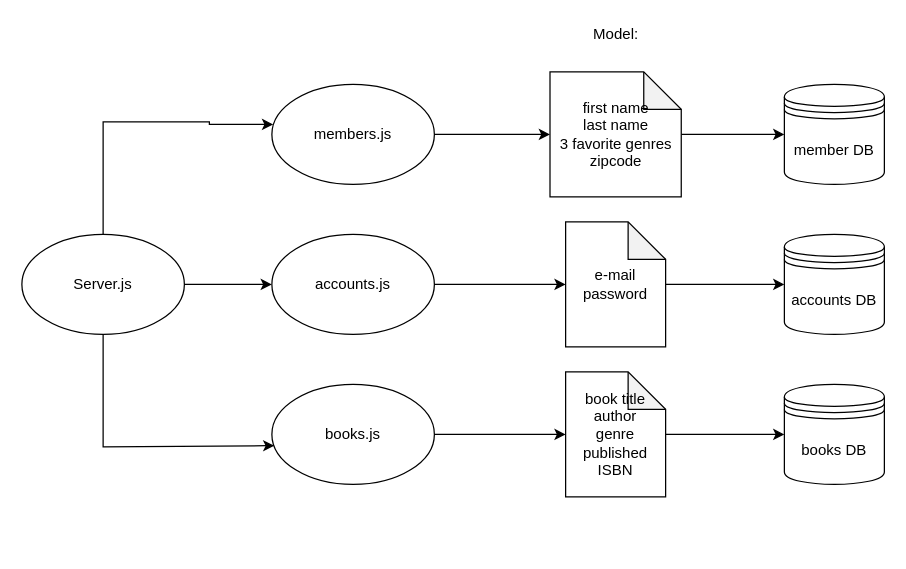
Earlier version of the draw.io diagram backend-structure.drawio (callmekeyz/backend-digital-bookclub). Source tidied: cells renumbered, new cells numbered last; positions are measured from the earlier drawing's top-left corner, leaving out a move shared by most shapes. Both pictures are drawn from the tidied source at 125%, with x=0, y=0 at pixel (21, 21).
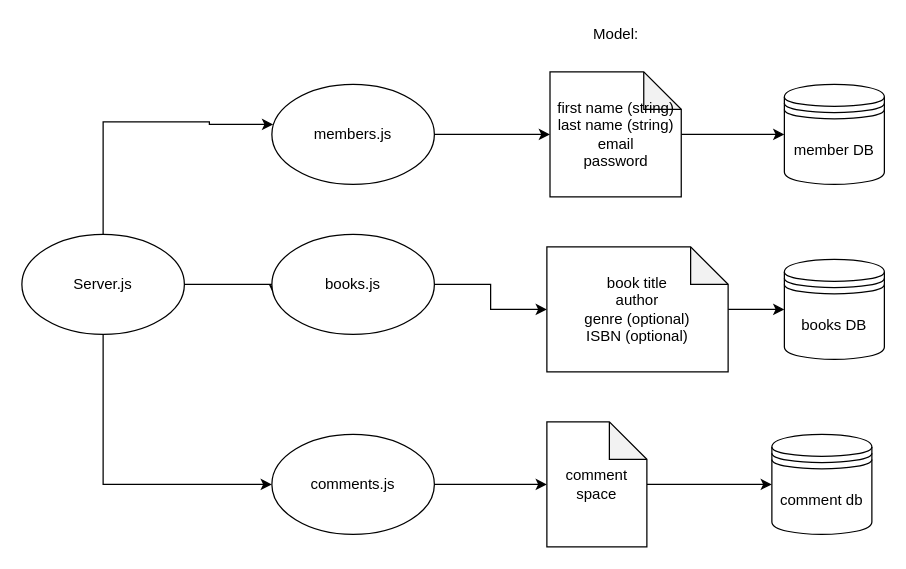
The same diagram, later.

Commit message (it also covers changes not shown here):
added structure and controller details

Unchanged cells that the change refers to:
```xml
<mxCell id="5" value="Server.js" style="ellipse;whiteSpace=wrap;html=1;" parent="1" vertex="1">
  <mxGeometry y="170" width="130" height="80" as="geometry" />
</mxCell>
```

Diff of the diagram source:
```diff
@@
-    <mxCell id="3" style="edgeStyle=orthogonalEdgeStyle;rounded=0;jettySize=auto;html=1;entryX=0;entryY=0.5;entryDx=0;entryDy=0;" parent="1" edge="1" source="5" target="10">
-      <mxGeometry relative="1" as="geometry" />
-    </mxCell>
     <mxCell id="4" style="edgeStyle=orthogonalEdgeStyle;rounded=0;jettySize=auto;html=1;entryX=0.015;entryY=0.613;entryDx=0;entryDy=0;entryPerimeter=0;" parent="1" edge="1" source="5" target="12">
       <mxGeometry relative="1" as="geometry">
         <Array as="points">
-          <mxPoint x="65" y="340" />
+          <mxPoint x="202" y="210" />
         </Array>
       </mxGeometry>
     </mxCell>
+    <mxCell id="23" style="edgeStyle=orthogonalEdgeStyle;rounded=0;jettySize=auto;html=1;exitX=0.5;exitY=1;exitDx=0;exitDy=0;entryX=0;entryY=0.5;entryDx=0;entryDy=0;" parent="1" edge="1" source="5" target="25">
+      <mxGeometry relative="1" as="geometry" />
+    </mxCell>
@@
-    <mxCell id="9" style="edgeStyle=orthogonalEdgeStyle;rounded=0;jettySize=auto;html=1;" parent="1" edge="1" source="10" target="16">
-      <mxGeometry relative="1" as="geometry" />
-    </mxCell>
-    <mxCell id="10" value="accounts.js" style="ellipse;whiteSpace=wrap;html=1;" parent="1" vertex="1">
-      <mxGeometry x="200" y="170" width="130" height="80" as="geometry" />
-    </mxCell>
@@
     <mxCell id="12" value="books.js" style="ellipse;whiteSpace=wrap;html=1;" parent="1" vertex="1">
-      <mxGeometry x="200" y="290" width="130" height="80" as="geometry" />
+      <mxGeometry x="200" y="170" width="130" height="80" as="geometry" />
     </mxCell>
@@
-    <mxCell id="14" value="first name&lt;br&gt;last name&lt;br&gt;3 favorite genres&lt;br&gt;zipcode" style="shape=note;whiteSpace=wrap;html=1;backgroundOutline=1;darkOpacity=0.05;" parent="1" vertex="1">
+    <mxCell id="14" value="first name (string)&lt;br&gt;last name (string)&lt;br&gt;email&lt;br&gt;password" style="shape=note;whiteSpace=wrap;html=1;backgroundOutline=1;darkOpacity=0.05;" parent="1" vertex="1">
       <mxGeometry x="422.5" y="40" width="105" height="100" as="geometry" />
     </mxCell>
-    <mxCell id="15" style="edgeStyle=orthogonalEdgeStyle;rounded=0;jettySize=auto;html=1;entryX=0;entryY=0.5;entryDx=0;entryDy=0;" parent="1" edge="1" source="16" target="21">
-      <mxGeometry relative="1" as="geometry" />
-    </mxCell>
-    <mxCell id="16" value="e-mail&lt;br&gt;password" style="shape=note;whiteSpace=wrap;html=1;backgroundOutline=1;darkOpacity=0.05;" parent="1" vertex="1">
-      <mxGeometry x="435" y="160" width="80" height="100" as="geometry" />
-    </mxCell>
@@
-    <mxCell id="18" value="book title&lt;br&gt;author&lt;br&gt;genre&lt;br&gt;published&lt;br&gt;ISBN" style="shape=note;whiteSpace=wrap;html=1;backgroundOutline=1;darkOpacity=0.05;" parent="1" vertex="1">
-      <mxGeometry x="435" y="280" width="80" height="100" as="geometry" />
+    <mxCell id="18" value="book title&lt;br&gt;author&lt;br&gt;genre (optional) &lt;br&gt;ISBN (optional)" style="shape=note;whiteSpace=wrap;html=1;backgroundOutline=1;darkOpacity=0.05;" parent="1" vertex="1">
+      <mxGeometry x="420" y="180" width="145" height="100" as="geometry" />
     </mxCell>
@@
-    <mxCell id="21" value="accounts DB" style="shape=datastore;whiteSpace=wrap;html=1;" parent="1" vertex="1">
-      <mxGeometry x="610" y="170" width="80" height="80" as="geometry" />
-    </mxCell>
     <mxCell id="22" value="books DB" style="shape=datastore;whiteSpace=wrap;html=1;" parent="1" vertex="1">
-      <mxGeometry x="610" y="290" width="80" height="80" as="geometry" />
+      <mxGeometry x="610" y="190" width="80" height="80" as="geometry" />
     </mxCell>
+    <mxCell id="24" style="edgeStyle=orthogonalEdgeStyle;rounded=0;jettySize=auto;html=1;" parent="1" edge="1" source="25" target="27">
+      <mxGeometry relative="1" as="geometry" />
+    </mxCell>
+    <mxCell id="25" value="comments.js" style="ellipse;whiteSpace=wrap;html=1;" parent="1" vertex="1">
+      <mxGeometry x="200" y="330" width="130" height="80" as="geometry" />
+    </mxCell>
+    <mxCell id="26" style="edgeStyle=orthogonalEdgeStyle;rounded=0;jettySize=auto;html=1;" parent="1" edge="1" source="27" target="28">
+      <mxGeometry relative="1" as="geometry" />
+    </mxCell>
+    <mxCell id="27" value="comment space" style="shape=note;whiteSpace=wrap;html=1;backgroundOutline=1;darkOpacity=0.05;" parent="1" vertex="1">
+      <mxGeometry x="420" y="320" width="80" height="100" as="geometry" />
+    </mxCell>
+    <mxCell id="28" value="comment db" style="shape=datastore;whiteSpace=wrap;html=1;" parent="1" vertex="1">
+      <mxGeometry x="600" y="330" width="80" height="80" as="geometry" />
+    </mxCell>
```
